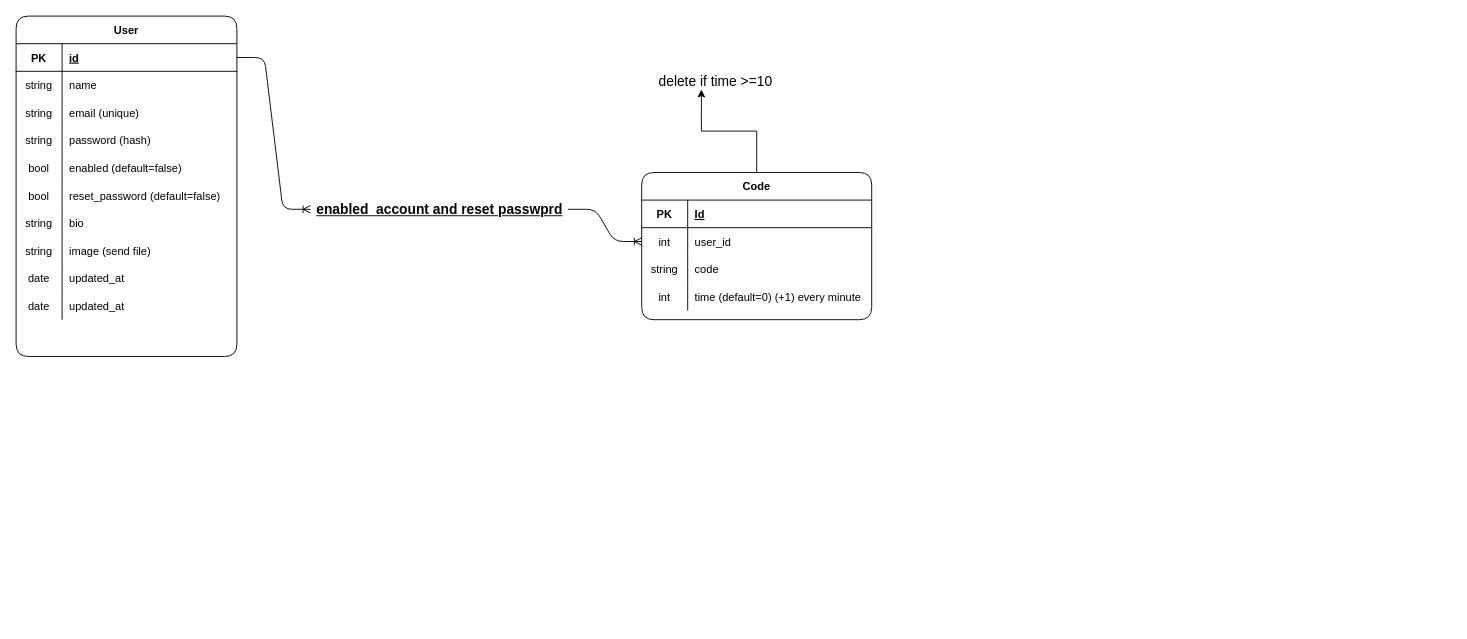
Earlier version of the draw.io diagram DataBase Tables.drawio (nezarab404/PL_project). Source tidied: cells renumbered, new cells numbered last; positions are measured from the earlier drawing's top-left corner, leaving out a move shared by most shapes. Both pictures are drawn from the tidied source at 92%, with x=0, y=0 at pixel (16, 16).
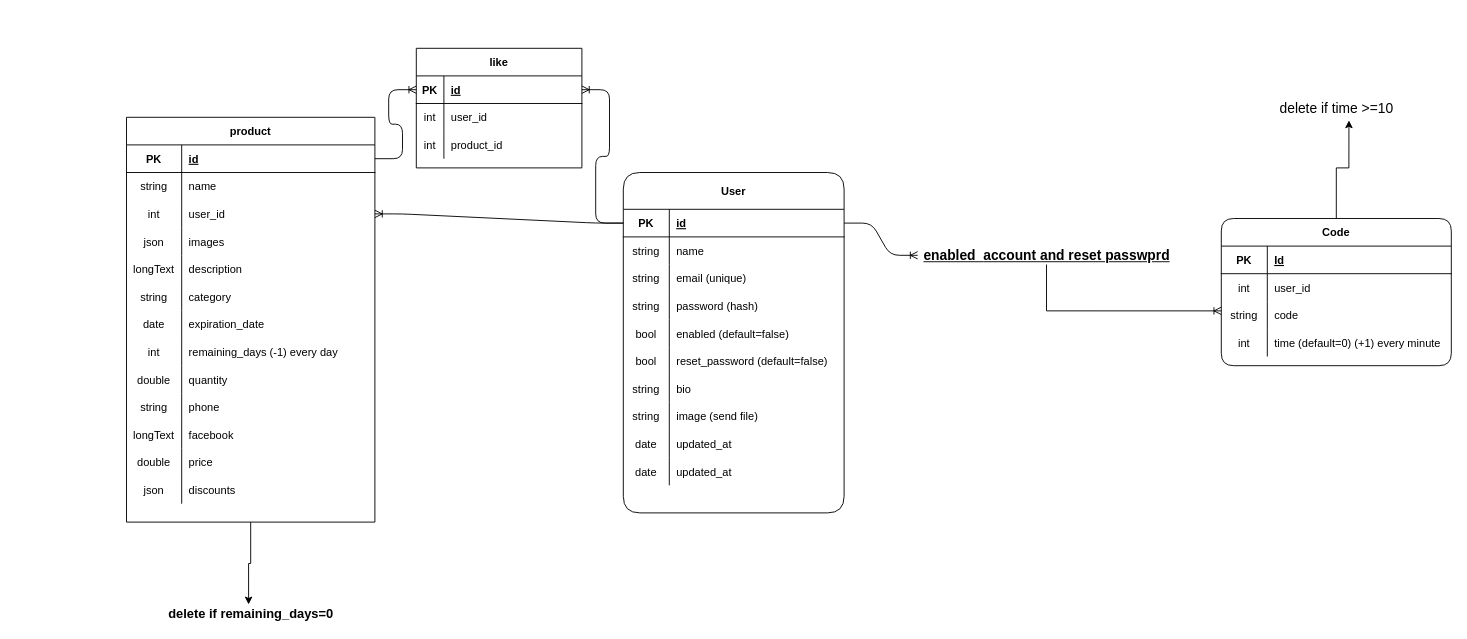
The same diagram, later.

Commit message:
DataBase Tables v3.1 add product and like

The change refers to these unchanged cells:
```xml
<mxCell id="38" style="shape=partialRectangle;fillColor=none;top=0;left=0;bottom=0;right=0;points=[[0,0.5],[1,0.5]];portConstraint=eastwest;" parent="34" vertex="1">
  <mxGeometry y="60" width="250" height="30" as="geometry" />
</mxCell>
<mxCell id="41" style="shape=partialRectangle;fillColor=none;top=0;left=0;bottom=0;right=0;points=[[0,0.5],[1,0.5]];portConstraint=eastwest;" parent="34" vertex="1">
  <mxGeometry y="90" width="250" height="30" as="geometry" />
</mxCell>
```

Change to the diagram source:
```diff
@@
-    <mxCell id="2" value="User" style="shape=table;startSize=30;childLayout=tableLayout;rowLines=0;fontStyle=1;align=center;rounded=1;shadow=0;labelBackgroundColor=none;fillColor=none;fontColor=none;" parent="1" vertex="1">
-      <mxGeometry width="240" height="370" as="geometry" />
+    <mxCell id="2" value="User" style="shape=table;startSize=40;childLayout=tableLayout;rowLines=0;fontStyle=1;align=center;rounded=1;shadow=0;labelBackgroundColor=none;fillColor=none;fontColor=none;" parent="1" vertex="1">
+      <mxGeometry x="660" y="170" width="240" height="370" as="geometry" />
     </mxCell>
     <mxCell id="3" style="shape=partialRectangle;fillColor=none;top=0;left=0;bottom=1;right=0;points=[[0,0.5],[1,0.5]];portConstraint=eastwest;" parent="2" vertex="1">
-      <mxGeometry y="30" width="240" height="30" as="geometry" />
+      <mxGeometry y="40" width="240" height="30" as="geometry" />
     </mxCell>
@@
     <mxCell id="6" style="shape=partialRectangle;fillColor=none;top=0;left=0;bottom=0;right=0;" parent="2" vertex="1">
-      <mxGeometry y="60" width="240" height="30" as="geometry" />
+      <mxGeometry y="70" width="240" height="30" as="geometry" />
     </mxCell>
@@
     <mxCell id="9" style="shape=partialRectangle;fillColor=none;top=0;left=0;bottom=0;right=0;" parent="2" vertex="1">
-      <mxGeometry y="90" width="240" height="30" as="geometry" />
+      <mxGeometry y="100" width="240" height="30" as="geometry" />
     </mxCell>
@@
     <mxCell id="12" style="shape=partialRectangle;fillColor=none;top=0;left=0;bottom=0;right=0;" parent="2" vertex="1">
-      <mxGeometry y="120" width="240" height="30" as="geometry" />
+      <mxGeometry y="130" width="240" height="30" as="geometry" />
     </mxCell>
@@
     <mxCell id="15" style="shape=partialRectangle;fillColor=none;top=0;left=0;bottom=0;right=0;" parent="2" vertex="1">
-      <mxGeometry y="150" width="240" height="30" as="geometry" />
+      <mxGeometry y="160" width="240" height="30" as="geometry" />
     </mxCell>
@@
     <mxCell id="18" style="shape=partialRectangle;fillColor=none;top=0;left=0;bottom=0;right=0;" parent="2" vertex="1">
-      <mxGeometry y="180" width="240" height="30" as="geometry" />
+      <mxGeometry y="190" width="240" height="30" as="geometry" />
     </mxCell>
@@
     <mxCell id="21" style="shape=partialRectangle;fillColor=none;top=0;left=0;bottom=0;right=0;" parent="2" vertex="1">
-      <mxGeometry y="210" width="240" height="30" as="geometry" />
+      <mxGeometry y="220" width="240" height="30" as="geometry" />
     </mxCell>
@@
     <mxCell id="24" style="shape=partialRectangle;fillColor=none;top=0;left=0;bottom=0;right=0;" parent="2" vertex="1">
-      <mxGeometry y="240" width="240" height="30" as="geometry" />
+      <mxGeometry y="250" width="240" height="30" as="geometry" />
     </mxCell>
@@
     <mxCell id="27" style="shape=partialRectangle;fillColor=none;top=0;left=0;bottom=0;right=0;" parent="2" vertex="1">
-      <mxGeometry y="270" width="240" height="30" as="geometry" />
+      <mxGeometry y="280" width="240" height="30" as="geometry" />
     </mxCell>
@@
     <mxCell id="30" style="shape=partialRectangle;fillColor=none;top=0;left=0;bottom=0;right=0;" parent="2" vertex="1">
-      <mxGeometry y="300" width="240" height="30" as="geometry" />
+      <mxGeometry y="310" width="240" height="30" as="geometry" />
     </mxCell>
@@
-    <mxCell id="33" style="edgeStyle=orthogonalEdgeStyle;rounded=0;jettySize=auto;html=1;fontSize=15;fontColor=none;entryX=0.392;entryY=0.992;entryDx=0;entryDy=0;entryPerimeter=0;" parent="1" edge="1" source="34" target="48">
+    <mxCell id="33" style="edgeStyle=orthogonalEdgeStyle;rounded=0;jettySize=auto;html=1;entryX=0.598;entryY=1.167;entryDx=0;entryDy=0;entryPerimeter=0;" parent="1" edge="1" source="34" target="48">
       <mxGeometry relative="1" as="geometry" />
     </mxCell>
     <mxCell id="34" value="Code" style="shape=table;startSize=30;childLayout=tableLayout;rowLines=0;fontStyle=1;align=center;rounded=1;shadow=0;labelBackgroundColor=none;fillColor=none;fontColor=none;" parent="1" vertex="1">
-      <mxGeometry x="680" y="170" width="250" height="160" as="geometry" />
+      <mxGeometry x="1310" y="220" width="250" height="160" as="geometry" />
     </mxCell>
@@
-    <mxCell id="47" style="edgeStyle=entityRelationEdgeStyle;fontSize=12;html=1;endArrow=ERoneToMany;exitX=1;exitY=0.5;exitDx=0;exitDy=0;entryX=0;entryY=0.5;entryDx=0;entryDy=0;" parent="1" edge="1" source="49" target="38">
-      <mxGeometry relative="1" as="geometry" />
-    </mxCell>
     <mxCell id="48" value="delete if time &amp;gt;=10" style="text;html=1;align=center;verticalAlign=middle;points=[];fontSize=15;fontColor=none;" parent="1" vertex="1">
-      <mxGeometry x="690" y="60" width="140" height="20" as="geometry" />
+      <mxGeometry x="1365" y="90" width="140" height="20" as="geometry" />
     </mxCell>
+    <mxCell id="51" style="edgeStyle=orthogonalEdgeStyle;rounded=0;jettySize=auto;html=1;entryX=0;entryY=0.347;entryDx=0;entryDy=0;entryPerimeter=0;endArrow=ERoneToMany;endFill=0;" parent="1" edge="1" source="49" target="41">
+      <mxGeometry relative="1" as="geometry" />
+    </mxCell>
     <mxCell id="49" value="&lt;span style=&quot;text-align: left; font-size: 15px;&quot;&gt;enabled&amp;nbsp;&amp;nbsp;&lt;/span&gt;account and reset passwprd" style="text;html=1;align=center;verticalAlign=middle;points=[];fontColor=none;fontSize=15;fontStyle=5;" parent="1" vertex="1">
-      <mxGeometry x="320" y="200" width="280" height="20" as="geometry" />
+      <mxGeometry x="980" y="250" width="280" height="20" as="geometry" />
     </mxCell>
@@
+    <mxCell id="52" style="edgeStyle=orthogonalEdgeStyle;rounded=0;jettySize=auto;html=1;entryX=0.488;entryY=-0.025;entryDx=0;entryDy=0;entryPerimeter=0;" parent="1" edge="1" source="53" target="94">
+      <mxGeometry relative="1" as="geometry" />
+    </mxCell>
+    <mxCell id="53" value="product" style="shape=table;startSize=30;childLayout=tableLayout;rowLines=0;fontStyle=1;align=center;" parent="1" vertex="1">
+      <mxGeometry x="120" y="110" width="270" height="440" as="geometry" />
+    </mxCell>
+    <mxCell id="54" style="shape=partialRectangle;fillColor=none;top=0;left=0;bottom=1;right=0;points=[[0,0.5],[1,0.5]];portConstraint=eastwest;" parent="53" vertex="1">
+      <mxGeometry y="30" width="270" height="30" as="geometry" />
+    </mxCell>
+    <mxCell id="55" value="PK" style="shape=partialRectangle;fillColor=none;top=0;left=0;bottom=0;right=0;fontStyle=1;overflow=hidden;" parent="54" vertex="1">
+      <mxGeometry width="60" height="30" as="geometry" />
+    </mxCell>
+    <mxCell id="56" value="id" style="shape=partialRectangle;fillColor=none;top=0;left=0;bottom=0;right=0;align=left;spacingLeft=6;fontStyle=5;overflow=hidden;" parent="54" vertex="1">
+      <mxGeometry x="60" width="210" height="30" as="geometry" />
+    </mxCell>
+    <mxCell id="57" style="shape=partialRectangle;fillColor=none;top=0;left=0;bottom=0;right=0;" parent="53" vertex="1">
+      <mxGeometry y="60" width="270" height="30" as="geometry" />
+    </mxCell>
+    <mxCell id="58" value="string" style="shape=partialRectangle;fillColor=none;top=0;left=0;bottom=0;right=0;overflow=hidden;" parent="57" vertex="1">
+      <mxGeometry width="60" height="30" as="geometry" />
+    </mxCell>
+    <mxCell id="59" value="name" style="shape=partialRectangle;fillColor=none;top=0;left=0;bottom=0;right=0;align=left;spacingLeft=6;overflow=hidden;" parent="57" vertex="1">
+      <mxGeometry x="60" width="210" height="30" as="geometry" />
+    </mxCell>
+    <mxCell id="60" style="shape=partialRectangle;fillColor=none;top=0;left=0;bottom=0;right=0;points=[[0,0.5],[1,0.5]];portConstraint=eastwest;" parent="53" vertex="1">
+      <mxGeometry y="90" width="270" height="30" as="geometry" />
+    </mxCell>
+    <mxCell id="61" value="int" style="shape=partialRectangle;fillColor=none;top=0;left=0;bottom=0;right=0;overflow=hidden;" parent="60" vertex="1">
+      <mxGeometry width="60" height="30" as="geometry" />
+    </mxCell>
+    <mxCell id="62" value="user_id" style="shape=partialRectangle;fillColor=none;top=0;left=0;bottom=0;right=0;align=left;spacingLeft=6;overflow=hidden;" parent="60" vertex="1">
+      <mxGeometry x="60" width="210" height="30" as="geometry" />
+    </mxCell>
+    <mxCell id="63" style="shape=partialRectangle;fillColor=none;top=0;left=0;bottom=0;right=0;" parent="53" vertex="1">
+      <mxGeometry y="120" width="270" height="30" as="geometry" />
+    </mxCell>
+    <mxCell id="64" value="json" style="shape=partialRectangle;fillColor=none;top=0;left=0;bottom=0;right=0;overflow=hidden;" parent="63" vertex="1">
+      <mxGeometry width="60" height="30" as="geometry" />
+    </mxCell>
+    <mxCell id="65" value="images" style="shape=partialRectangle;fillColor=none;top=0;left=0;bottom=0;right=0;align=left;spacingLeft=6;overflow=hidden;" parent="63" vertex="1">
+      <mxGeometry x="60" width="210" height="30" as="geometry" />
+    </mxCell>
+    <mxCell id="66" style="shape=partialRectangle;fillColor=none;top=0;left=0;bottom=0;right=0;" parent="53" vertex="1">
+      <mxGeometry y="150" width="270" height="30" as="geometry" />
+    </mxCell>
+    <mxCell id="67" value="longText" style="shape=partialRectangle;fillColor=none;top=0;left=0;bottom=0;right=0;overflow=hidden;" parent="66" vertex="1">
+      <mxGeometry width="60" height="30" as="geometry" />
+    </mxCell>
+    <mxCell id="68" value="description" style="shape=partialRectangle;fillColor=none;top=0;left=0;bottom=0;right=0;align=left;spacingLeft=6;overflow=hidden;" parent="66" vertex="1">
+      <mxGeometry x="60" width="210" height="30" as="geometry" />
+    </mxCell>
+    <mxCell id="69" style="shape=partialRectangle;fillColor=none;top=0;left=0;bottom=0;right=0;" parent="53" vertex="1">
+      <mxGeometry y="180" width="270" height="30" as="geometry" />
+    </mxCell>
+    <mxCell id="70" value="string" style="shape=partialRectangle;fillColor=none;top=0;left=0;bottom=0;right=0;overflow=hidden;" parent="69" vertex="1">
+      <mxGeometry width="60" height="30" as="geometry" />
+    </mxCell>
+    <mxCell id="71" value="category" style="shape=partialRectangle;fillColor=none;top=0;left=0;bottom=0;right=0;align=left;spacingLeft=6;overflow=hidden;" parent="69" vertex="1">
+      <mxGeometry x="60" width="210" height="30" as="geometry" />
+    </mxCell>
+    <mxCell id="72" style="shape=partialRectangle;fillColor=none;top=0;left=0;bottom=0;right=0;" parent="53" vertex="1">
+      <mxGeometry y="210" width="270" height="30" as="geometry" />
+    </mxCell>
+    <mxCell id="73" value="date" style="shape=partialRectangle;fillColor=none;top=0;left=0;bottom=0;right=0;overflow=hidden;" parent="72" vertex="1">
+      <mxGeometry width="60" height="30" as="geometry" />
+    </mxCell>
+    <mxCell id="74" value="expiration_date" style="shape=partialRectangle;fillColor=none;top=0;left=0;bottom=0;right=0;align=left;spacingLeft=6;overflow=hidden;" parent="72" vertex="1">
+      <mxGeometry x="60" width="210" height="30" as="geometry" />
+    </mxCell>
+    <mxCell id="75" style="shape=partialRectangle;fillColor=none;top=0;left=0;bottom=0;right=0;" parent="53" vertex="1">
+      <mxGeometry y="240" width="270" height="30" as="geometry" />
+    </mxCell>
+    <mxCell id="76" value="int" style="shape=partialRectangle;fillColor=none;top=0;left=0;bottom=0;right=0;overflow=hidden;" parent="75" vertex="1">
+      <mxGeometry width="60" height="30" as="geometry" />
+    </mxCell>
+    <mxCell id="77" value="remaining_days (-1) every day" style="shape=partialRectangle;fillColor=none;top=0;left=0;bottom=0;right=0;align=left;spacingLeft=6;overflow=hidden;" parent="75" vertex="1">
+      <mxGeometry x="60" width="210" height="30" as="geometry" />
+    </mxCell>
+    <mxCell id="78" style="shape=partialRectangle;fillColor=none;top=0;left=0;bottom=0;right=0;" parent="53" vertex="1">
+      <mxGeometry y="270" width="270" height="30" as="geometry" />
+    </mxCell>
+    <mxCell id="79" value="double" style="shape=partialRectangle;fillColor=none;top=0;left=0;bottom=0;right=0;overflow=hidden;" parent="78" vertex="1">
+      <mxGeometry width="60" height="30" as="geometry" />
+    </mxCell>
+    <mxCell id="80" value="quantity" style="shape=partialRectangle;fillColor=none;top=0;left=0;bottom=0;right=0;align=left;spacingLeft=6;overflow=hidden;" parent="78" vertex="1">
+      <mxGeometry x="60" width="210" height="30" as="geometry" />
+    </mxCell>
+    <mxCell id="81" style="shape=partialRectangle;fillColor=none;top=0;left=0;bottom=0;right=0;" parent="53" vertex="1">
+      <mxGeometry y="300" width="270" height="30" as="geometry" />
+    </mxCell>
+    <mxCell id="82" value="string" style="shape=partialRectangle;fillColor=none;top=0;left=0;bottom=0;right=0;overflow=hidden;" parent="81" vertex="1">
+      <mxGeometry width="60" height="30" as="geometry" />
+    </mxCell>
+    <mxCell id="83" value="phone" style="shape=partialRectangle;fillColor=none;top=0;left=0;bottom=0;right=0;align=left;spacingLeft=6;overflow=hidden;" parent="81" vertex="1">
+      <mxGeometry x="60" width="210" height="30" as="geometry" />
+    </mxCell>
+    <mxCell id="84" style="shape=partialRectangle;fillColor=none;top=0;left=0;bottom=0;right=0;" parent="53" vertex="1">
+      <mxGeometry y="330" width="270" height="30" as="geometry" />
+    </mxCell>
+    <mxCell id="85" value="longText" style="shape=partialRectangle;fillColor=none;top=0;left=0;bottom=0;right=0;overflow=hidden;" parent="84" vertex="1">
+      <mxGeometry width="60" height="30" as="geometry" />
+    </mxCell>
+    <mxCell id="86" value="facebook" style="shape=partialRectangle;fillColor=none;top=0;left=0;bottom=0;right=0;align=left;spacingLeft=6;overflow=hidden;" parent="84" vertex="1">
+      <mxGeometry x="60" width="210" height="30" as="geometry" />
+    </mxCell>
+    <mxCell id="87" style="shape=partialRectangle;fillColor=none;top=0;left=0;bottom=0;right=0;" parent="53" vertex="1">
+      <mxGeometry y="360" width="270" height="30" as="geometry" />
+    </mxCell>
+    <mxCell id="88" value="double" style="shape=partialRectangle;fillColor=none;top=0;left=0;bottom=0;right=0;overflow=hidden;" parent="87" vertex="1">
+      <mxGeometry width="60" height="30" as="geometry" />
+    </mxCell>
+    <mxCell id="89" value="price" style="shape=partialRectangle;fillColor=none;top=0;left=0;bottom=0;right=0;align=left;spacingLeft=6;overflow=hidden;" parent="87" vertex="1">
+      <mxGeometry x="60" width="210" height="30" as="geometry" />
+    </mxCell>
+    <mxCell id="90" style="shape=partialRectangle;fillColor=none;top=0;left=0;bottom=0;right=0;" parent="53" vertex="1">
+      <mxGeometry y="390" width="270" height="30" as="geometry" />
+    </mxCell>
+    <mxCell id="91" value="json" style="shape=partialRectangle;fillColor=none;top=0;left=0;bottom=0;right=0;overflow=hidden;" parent="90" vertex="1">
+      <mxGeometry width="60" height="30" as="geometry" />
+    </mxCell>
+    <mxCell id="92" value="discounts" style="shape=partialRectangle;fillColor=none;top=0;left=0;bottom=0;right=0;align=left;spacingLeft=6;overflow=hidden;" parent="90" vertex="1">
+      <mxGeometry x="60" width="210" height="30" as="geometry" />
+    </mxCell>
+    <mxCell id="93" style="edgeStyle=entityRelationEdgeStyle;fontSize=12;html=1;endArrow=ERoneToMany;entryX=1;entryY=0.5;entryDx=0;entryDy=0;exitX=0;exitY=0.5;exitDx=0;exitDy=0;" parent="1" edge="1" source="3" target="60">
+      <mxGeometry relative="1" as="geometry" />
+    </mxCell>
+    <mxCell id="94" value="&lt;b style=&quot;font-size: 14px&quot;&gt;&lt;span&gt;delete if&amp;nbsp;&lt;/span&gt;&lt;span&gt;remaining_days&lt;/span&gt;&lt;span&gt;=0&lt;/span&gt;&lt;/b&gt;" style="text;html=1;align=center;verticalAlign=middle;points=[];" parent="1" vertex="1">
+      <mxGeometry x="160" y="640" width="190" height="20" as="geometry" />
+    </mxCell>
+    <mxCell id="95" value="like" style="shape=table;startSize=30;childLayout=tableLayout;rowLines=0;fontStyle=1;align=center;" parent="1" vertex="1">
+      <mxGeometry x="435" y="35" width="180" height="130" as="geometry" />
+    </mxCell>
+    <mxCell id="96" style="shape=partialRectangle;fillColor=none;top=0;left=0;bottom=1;right=0;points=[[0,0.5],[1,0.5]];portConstraint=eastwest;" parent="95" vertex="1">
+      <mxGeometry y="30" width="180" height="30" as="geometry" />
+    </mxCell>
+    <mxCell id="97" value="PK" style="shape=partialRectangle;fillColor=none;top=0;left=0;bottom=0;right=0;fontStyle=1;overflow=hidden;" parent="96" vertex="1">
+      <mxGeometry width="30" height="30" as="geometry" />
+    </mxCell>
+    <mxCell id="98" value="id" style="shape=partialRectangle;fillColor=none;top=0;left=0;bottom=0;right=0;align=left;spacingLeft=6;fontStyle=5;overflow=hidden;" parent="96" vertex="1">
+      <mxGeometry x="30" width="150" height="30" as="geometry" />
+    </mxCell>
+    <mxCell id="99" style="shape=partialRectangle;fillColor=none;top=0;left=0;bottom=0;right=0;" parent="95" vertex="1">
+      <mxGeometry y="60" width="180" height="30" as="geometry" />
+    </mxCell>
+    <mxCell id="100" value="int" style="shape=partialRectangle;fillColor=none;top=0;left=0;bottom=0;right=0;overflow=hidden;" parent="99" vertex="1">
+      <mxGeometry width="30" height="30" as="geometry" />
+    </mxCell>
+    <mxCell id="101" value="user_id" style="shape=partialRectangle;fillColor=none;top=0;left=0;bottom=0;right=0;align=left;spacingLeft=6;overflow=hidden;" parent="99" vertex="1">
+      <mxGeometry x="30" width="150" height="30" as="geometry" />
+    </mxCell>
+    <mxCell id="102" style="shape=partialRectangle;fillColor=none;top=0;left=0;bottom=0;right=0;" parent="95" vertex="1">
+      <mxGeometry y="90" width="180" height="30" as="geometry" />
+    </mxCell>
+    <mxCell id="103" value="int" style="shape=partialRectangle;fillColor=none;top=0;left=0;bottom=0;right=0;overflow=hidden;" parent="102" vertex="1">
+      <mxGeometry width="30" height="30" as="geometry" />
+    </mxCell>
+    <mxCell id="104" value="product_id" style="shape=partialRectangle;fillColor=none;top=0;left=0;bottom=0;right=0;align=left;spacingLeft=6;overflow=hidden;" parent="102" vertex="1">
+      <mxGeometry x="30" width="150" height="30" as="geometry" />
+    </mxCell>
+    <mxCell id="105" style="edgeStyle=entityRelationEdgeStyle;fontSize=12;html=1;endArrow=ERoneToMany;entryX=1;entryY=0.5;entryDx=0;entryDy=0;exitX=0;exitY=0.5;exitDx=0;exitDy=0;" parent="1" edge="1" source="3" target="96">
+      <mxGeometry relative="1" as="geometry" />
+    </mxCell>
+    <mxCell id="106" style="edgeStyle=entityRelationEdgeStyle;fontSize=12;html=1;endArrow=ERoneToMany;entryX=0;entryY=0.5;entryDx=0;entryDy=0;exitX=1;exitY=0.5;exitDx=0;exitDy=0;" parent="1" edge="1" source="54" target="96">
+      <mxGeometry relative="1" as="geometry" />
+    </mxCell>
```
